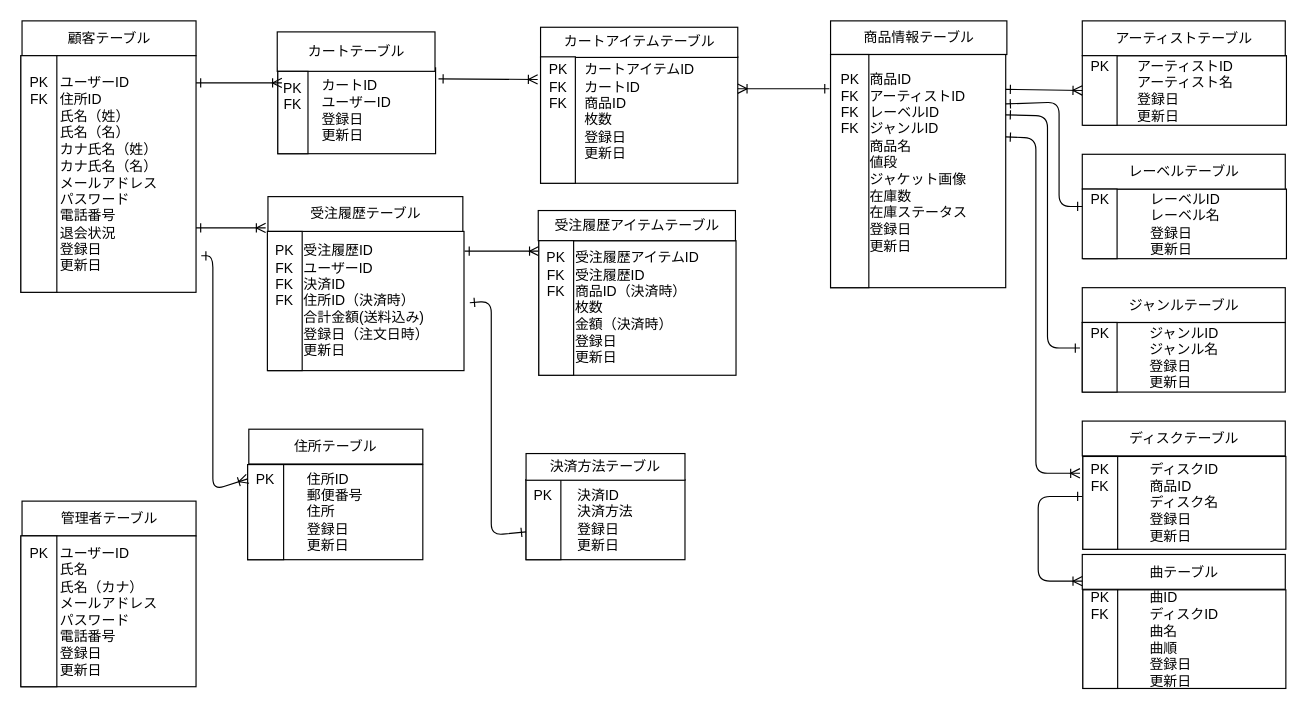
Above: ER図.drawio in ecl11/ECL (draw.io), before the change. Source tidied: cells renumbered, new cells numbered last; positions are measured from the earlier drawing's top-left corner, leaving out a move shared by most shapes. Both pictures are drawn from the tidied source at 116%, with x=0, y=0 at pixel (20, 21).
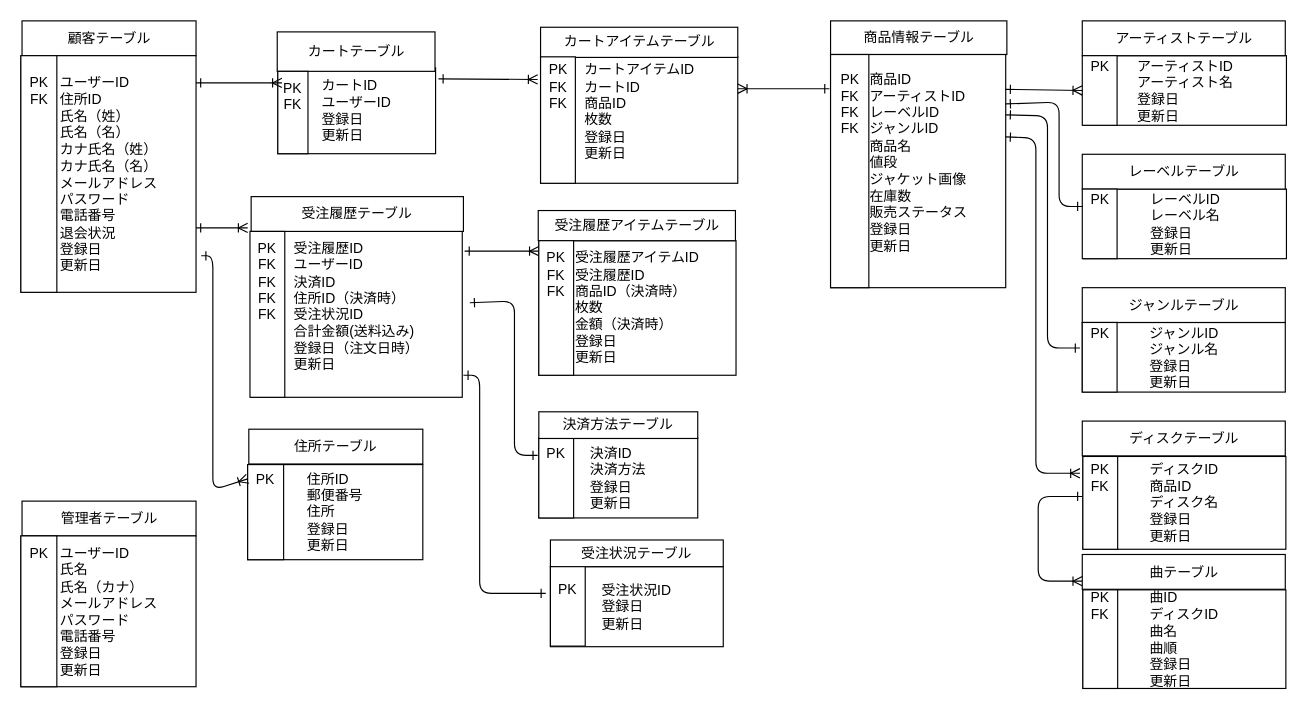
Above is the later version.

Commit message (it also covers changes not shown here):
ER図変更とテーブル定義書変更

What changed in the source:
```diff
@@
-    <mxCell id="5" value="&lt;div style=&quot;text-align: left&quot;&gt;受注履歴ID&lt;span&gt;&lt;br&gt;&lt;/span&gt;&lt;/div&gt;&lt;div style=&quot;text-align: left&quot;&gt;&lt;span&gt;ユーザーID&lt;/span&gt;&lt;/div&gt;&lt;div style=&quot;text-align: left&quot;&gt;決済ID&lt;span&gt;&lt;br&gt;&lt;/span&gt;&lt;/div&gt;&lt;span&gt;&lt;div style=&quot;text-align: left&quot;&gt;&lt;span&gt;住所ID&lt;/span&gt;&lt;span&gt;（決済時）&lt;/span&gt;&lt;/div&gt;&lt;/span&gt;&lt;span&gt;&lt;div style=&quot;text-align: left&quot;&gt;&lt;span&gt;合計金額(送料込み)&lt;/span&gt;&lt;/div&gt;&lt;div style=&quot;text-align: left&quot;&gt;&lt;span&gt;登録日（注文日時&lt;/span&gt;&lt;span&gt;）&lt;/span&gt;&lt;/div&gt;&lt;div style=&quot;text-align: left&quot;&gt;&lt;span&gt;更新日&lt;/span&gt;&lt;/div&gt;&lt;/span&gt;" style="rounded=0;whiteSpace=wrap;html=1;" parent="1" vertex="1">
-      <mxGeometry x="213.5" y="181" width="169" height="120" as="geometry" />
+    <mxCell id="5" value="&lt;div style=&quot;text-align: left&quot;&gt;受注履歴ID&lt;span&gt;&lt;br&gt;&lt;/span&gt;&lt;/div&gt;&lt;div style=&quot;text-align: left&quot;&gt;&lt;span&gt;ユーザーID&lt;/span&gt;&lt;/div&gt;&lt;div style=&quot;text-align: left&quot;&gt;決済ID&lt;span&gt;&lt;br&gt;&lt;/span&gt;&lt;/div&gt;&lt;span&gt;&lt;div style=&quot;text-align: left&quot;&gt;&lt;span&gt;住所ID&lt;/span&gt;&lt;span&gt;（決済時）&lt;/span&gt;&lt;/div&gt;&lt;div style=&quot;text-align: left&quot;&gt;受注状況ID&lt;span&gt;&lt;br&gt;&lt;/span&gt;&lt;/div&gt;&lt;/span&gt;&lt;span&gt;&lt;div style=&quot;text-align: left&quot;&gt;&lt;span&gt;合計金額(送料込み)&lt;/span&gt;&lt;/div&gt;&lt;div style=&quot;text-align: left&quot;&gt;&lt;span&gt;登録日（注文日時&lt;/span&gt;&lt;span&gt;）&lt;/span&gt;&lt;/div&gt;&lt;div style=&quot;text-align: left&quot;&gt;&lt;span&gt;更新日&lt;/span&gt;&lt;/div&gt;&lt;div style=&quot;text-align: left&quot;&gt;&lt;br&gt;&lt;/div&gt;&lt;/span&gt;" style="rounded=0;whiteSpace=wrap;html=1;" parent="1" vertex="1">
+      <mxGeometry x="199" y="181" width="182" height="143" as="geometry" />
     </mxCell>
     <mxCell id="6" value="受注履歴テーブル" style="rounded=0;whiteSpace=wrap;html=1;" parent="1" vertex="1">
-      <mxGeometry x="213.5" y="151" width="168" height="30" as="geometry" />
+      <mxGeometry x="199" y="151" width="183" height="30" as="geometry" />
     </mxCell>
@@
     <mxCell id="9" style="edgeStyle=entityRelationEdgeStyle;fontSize=12;html=1;endArrow=ERoneToMany;startArrow=ERone;startFill=0;" parent="1" edge="1">
       <mxGeometry relative="1" as="geometry">
         <mxPoint x="151.5" y="178" as="sourcePoint" />
-        <mxPoint x="211.5" y="178" as="targetPoint" />
+        <mxPoint x="196" y="178" as="targetPoint" />
       </mxGeometry>
     </mxCell>
@@
-    <mxCell id="15" value="&lt;div style=&quot;text-align: left&quot;&gt;商品ID&lt;/div&gt;&lt;div style=&quot;text-align: left&quot;&gt;&lt;span&gt;アーティストID&lt;/span&gt;&lt;br&gt;&lt;/div&gt;&lt;div style=&quot;text-align: left&quot;&gt;レーベルID&lt;/div&gt;&lt;div style=&quot;text-align: left&quot;&gt;ジャンルID&lt;/div&gt;&lt;div style=&quot;text-align: left&quot;&gt;商品名&lt;/div&gt;&lt;div style=&quot;text-align: left&quot;&gt;値段&lt;br&gt;&lt;/div&gt;&lt;div style=&quot;text-align: left&quot;&gt;ジャケット画像&lt;br&gt;&lt;/div&gt;&lt;div style=&quot;text-align: left&quot;&gt;在庫数&lt;/div&gt;&lt;div style=&quot;text-align: left&quot;&gt;在庫ステータス&lt;/div&gt;&lt;div style=&quot;text-align: left&quot;&gt;登録日&lt;/div&gt;&lt;div style=&quot;text-align: left&quot;&gt;更新日&lt;/div&gt;&lt;div style=&quot;text-align: left&quot;&gt;&lt;br&gt;&lt;/div&gt;" style="rounded=0;whiteSpace=wrap;html=1;" parent="1" vertex="1">
+    <mxCell id="15" value="&lt;div style=&quot;text-align: left&quot;&gt;商品ID&lt;/div&gt;&lt;div style=&quot;text-align: left&quot;&gt;&lt;span&gt;アーティストID&lt;/span&gt;&lt;br&gt;&lt;/div&gt;&lt;div style=&quot;text-align: left&quot;&gt;レーベルID&lt;/div&gt;&lt;div style=&quot;text-align: left&quot;&gt;ジャンルID&lt;/div&gt;&lt;div style=&quot;text-align: left&quot;&gt;商品名&lt;/div&gt;&lt;div style=&quot;text-align: left&quot;&gt;値段&lt;br&gt;&lt;/div&gt;&lt;div style=&quot;text-align: left&quot;&gt;ジャケット画像&lt;br&gt;&lt;/div&gt;&lt;div style=&quot;text-align: left&quot;&gt;在庫数&lt;/div&gt;&lt;div style=&quot;text-align: left&quot;&gt;販売ステータス&lt;/div&gt;&lt;div style=&quot;text-align: left&quot;&gt;登録日&lt;/div&gt;&lt;div style=&quot;text-align: left&quot;&gt;更新日&lt;/div&gt;&lt;div style=&quot;text-align: left&quot;&gt;&lt;br&gt;&lt;/div&gt;" style="rounded=0;whiteSpace=wrap;html=1;" parent="1" vertex="1">
       <mxGeometry x="698.5" y="28.5" width="151" height="201" as="geometry" />
     </mxCell>
@@
-    <mxCell id="23" value="PK&lt;br&gt;FK&lt;br&gt;FK&lt;br&gt;FK&lt;br&gt;&lt;br&gt;&lt;br&gt;&lt;br&gt;" style="rounded=0;whiteSpace=wrap;html=1;" parent="1" vertex="1">
-      <mxGeometry x="213" y="181" width="30" height="120" as="geometry" />
+    <mxCell id="23" value="PK&lt;br&gt;FK&lt;br&gt;FK&lt;br&gt;FK&lt;br&gt;FK&lt;br&gt;&lt;br&gt;&lt;br&gt;&lt;br&gt;&lt;br&gt;" style="rounded=0;whiteSpace=wrap;html=1;" parent="1" vertex="1">
+      <mxGeometry x="198" y="181" width="30" height="143" as="geometry" />
     </mxCell>
@@
     <mxCell id="36" value="&lt;div style=&quot;text-align: left&quot;&gt;&lt;span&gt;決済ID&lt;/span&gt;&lt;/div&gt;&lt;span&gt;&lt;div style=&quot;text-align: left&quot;&gt;決済方法&lt;/div&gt;&lt;div style=&quot;text-align: left&quot;&gt;登録日&lt;/div&gt;&lt;div style=&quot;text-align: left&quot;&gt;更新日&lt;/div&gt;&lt;/span&gt;" style="rounded=0;whiteSpace=wrap;html=1;" parent="1" vertex="1">
-      <mxGeometry x="436" y="395" width="137" height="69" as="geometry" />
+      <mxGeometry x="447" y="359" width="137" height="69" as="geometry" />
     </mxCell>
@@
     <mxCell id="38" value="PK&lt;br&gt;&lt;br&gt;&lt;br&gt;&lt;br&gt;" style="rounded=0;whiteSpace=wrap;html=1;" parent="1" vertex="1">
-      <mxGeometry x="436" y="395" width="30" height="69" as="geometry" />
+      <mxGeometry x="447" y="359" width="30" height="69" as="geometry" />
     </mxCell>
@@
     <mxCell id="54" value="&lt;span&gt;決済方法テーブル&lt;/span&gt;" style="rounded=0;whiteSpace=wrap;html=1;" parent="1" vertex="1">
-      <mxGeometry x="436" y="372.5" width="137" height="23" as="geometry" />
+      <mxGeometry x="447" y="336.5" width="137" height="23" as="geometry" />
     </mxCell>
@@
-    <mxCell id="56" style="endArrow=ERone;html=1;endFill=0;entryX=0;entryY=0.15;entryDx=0;entryDy=0;exitX=1;exitY=0.212;exitDx=0;exitDy=0;exitPerimeter=0;entryPerimeter=0;startArrow=ERone;startFill=0;" parent="1" edge="1">
+    <mxCell id="56" style="endArrow=ERone;html=1;endFill=0;exitX=1;exitY=0.212;exitDx=0;exitDy=0;exitPerimeter=0;startArrow=ERone;startFill=0;" parent="1" edge="1">
       <mxGeometry relative="1" as="geometry">
         <mxPoint x="387.5" y="242.5" as="sourcePoint" />
-        <mxPoint x="436" y="440" as="targetPoint" />
+        <mxPoint x="446" y="374" as="targetPoint" />
         <Array as="points">
-          <mxPoint x="406" y="241" />
-          <mxPoint x="406" y="443" />
+          <mxPoint x="426" y="241" />
+          <mxPoint x="426" y="374" />
         </Array>
       </mxGeometry>
     </mxCell>
+    <mxCell id="57" value="&lt;div style=&quot;text-align: left&quot;&gt;&lt;span&gt;受注状況ID&lt;/span&gt;&lt;/div&gt;&lt;span&gt;&lt;div style=&quot;text-align: left&quot;&gt;登録日&lt;/div&gt;&lt;div style=&quot;text-align: left&quot;&gt;更新日&lt;/div&gt;&lt;/span&gt;" style="rounded=0;whiteSpace=wrap;html=1;" parent="1" vertex="1">
+      <mxGeometry x="457" y="470" width="149" height="69" as="geometry" />
+    </mxCell>
+    <mxCell id="58" value="PK&lt;br&gt;&lt;br&gt;&lt;br&gt;" style="rounded=0;whiteSpace=wrap;html=1;" parent="1" vertex="1">
+      <mxGeometry x="457" y="469.5" width="30" height="69" as="geometry" />
+    </mxCell>
+    <mxCell id="59" value="&lt;span&gt;受注状況テーブル&lt;/span&gt;" style="rounded=0;whiteSpace=wrap;html=1;" parent="1" vertex="1">
+      <mxGeometry x="457" y="447" width="149" height="23" as="geometry" />
+    </mxCell>
+    <mxCell id="60" style="endArrow=ERone;html=1;endFill=0;startArrow=ERone;startFill=0;" parent="1" edge="1">
+      <mxGeometry relative="1" as="geometry">
+        <mxPoint x="382" y="305" as="sourcePoint" />
+        <mxPoint x="453" y="493" as="targetPoint" />
+        <Array as="points">
+          <mxPoint x="396" y="305" />
+          <mxPoint x="396" y="493" />
+        </Array>
+      </mxGeometry>
+    </mxCell>
```
